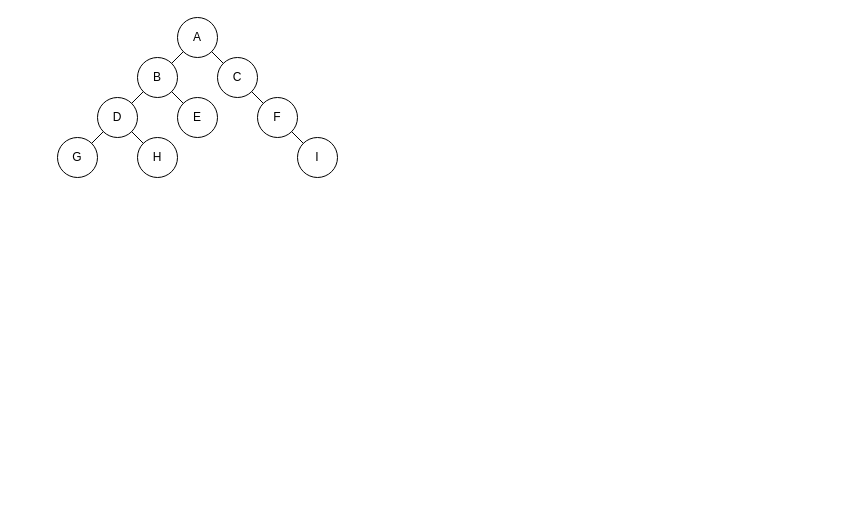
Above: 이어하기 위한 테스트 겸 리뷰.drawio in koseyun/Client_Nowon_1800_2000 (draw.io), before the change. Source tidied: cells renumbered, new cells numbered last; positions are measured from the earlier drawing's top-left corner, leaving out a move shared by most shapes. Both pictures are drawn from the tidied source at 100%, with x=0, y=0 at pixel (57, 17).
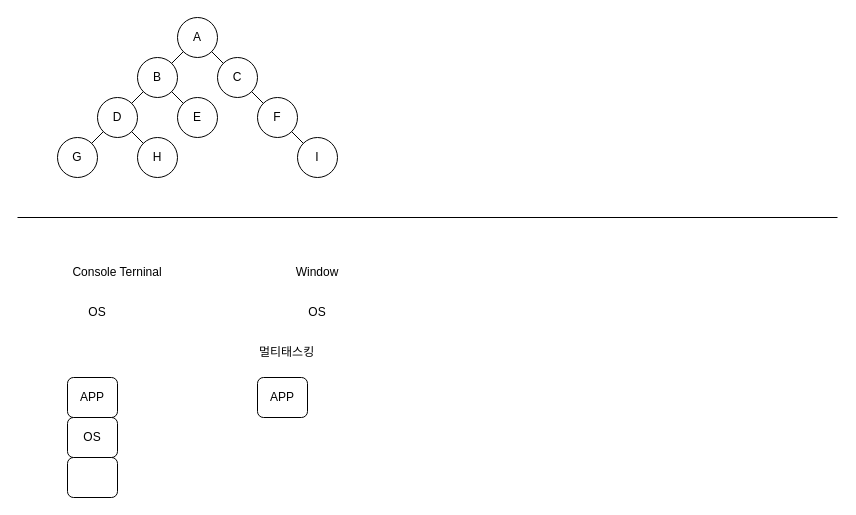
Above is the later version.

Diff of the diagram source:
```diff
@@
+    <mxCell id="19" value="Console Terninal" style="text;html=1;strokeColor=none;fillColor=none;align=center;verticalAlign=middle;whiteSpace=wrap;rounded=0;" parent="1" vertex="1">
+      <mxGeometry y="240" width="120" height="30" as="geometry" />
+    </mxCell>
+    <mxCell id="20" style="endArrow=none;html=1;rounded=0;" parent="1" edge="1">
+      <mxGeometry relative="1" as="geometry">
+        <mxPoint x="-40" y="200" as="sourcePoint" />
+        <mxPoint x="780" y="200" as="targetPoint" />
+      </mxGeometry>
+    </mxCell>
+    <mxCell id="21" value="OS" style="text;html=1;strokeColor=none;fillColor=none;align=center;verticalAlign=middle;whiteSpace=wrap;rounded=0;" parent="1" vertex="1">
+      <mxGeometry x="10" y="280" width="60" height="30" as="geometry" />
+    </mxCell>
+    <mxCell id="22" value="OS" style="text;html=1;strokeColor=none;fillColor=none;align=center;verticalAlign=middle;whiteSpace=wrap;rounded=0;" parent="1" vertex="1">
+      <mxGeometry x="230" y="280" width="60" height="30" as="geometry" />
+    </mxCell>
+    <mxCell id="23" value="Window" style="text;html=1;strokeColor=none;fillColor=none;align=center;verticalAlign=middle;whiteSpace=wrap;rounded=0;" parent="1" vertex="1">
+      <mxGeometry x="200" y="240" width="120" height="30" as="geometry" />
+    </mxCell>
+    <mxCell id="24" value="APP" style="rounded=1;whiteSpace=wrap;html=1;" parent="1" vertex="1">
+      <mxGeometry x="10" y="360" width="50" height="40" as="geometry" />
+    </mxCell>
+    <mxCell id="25" value="OS" style="rounded=1;whiteSpace=wrap;html=1;" parent="1" vertex="1">
+      <mxGeometry x="10" y="400" width="50" height="40" as="geometry" />
+    </mxCell>
+    <mxCell id="26" style="rounded=1;whiteSpace=wrap;html=1;" parent="1" vertex="1">
+      <mxGeometry x="10" y="440" width="50" height="40" as="geometry" />
+    </mxCell>
+    <mxCell id="27" value="멀티태스킹" style="text;html=1;strokeColor=none;fillColor=none;align=left;verticalAlign=middle;whiteSpace=wrap;rounded=0;" parent="1" vertex="1">
+      <mxGeometry x="200" y="320" width="80" height="30" as="geometry" />
+    </mxCell>
+    <mxCell id="28" value="APP" style="rounded=1;whiteSpace=wrap;html=1;" parent="1" vertex="1">
+      <mxGeometry x="200" y="360" width="50" height="40" as="geometry" />
+    </mxCell>
```
